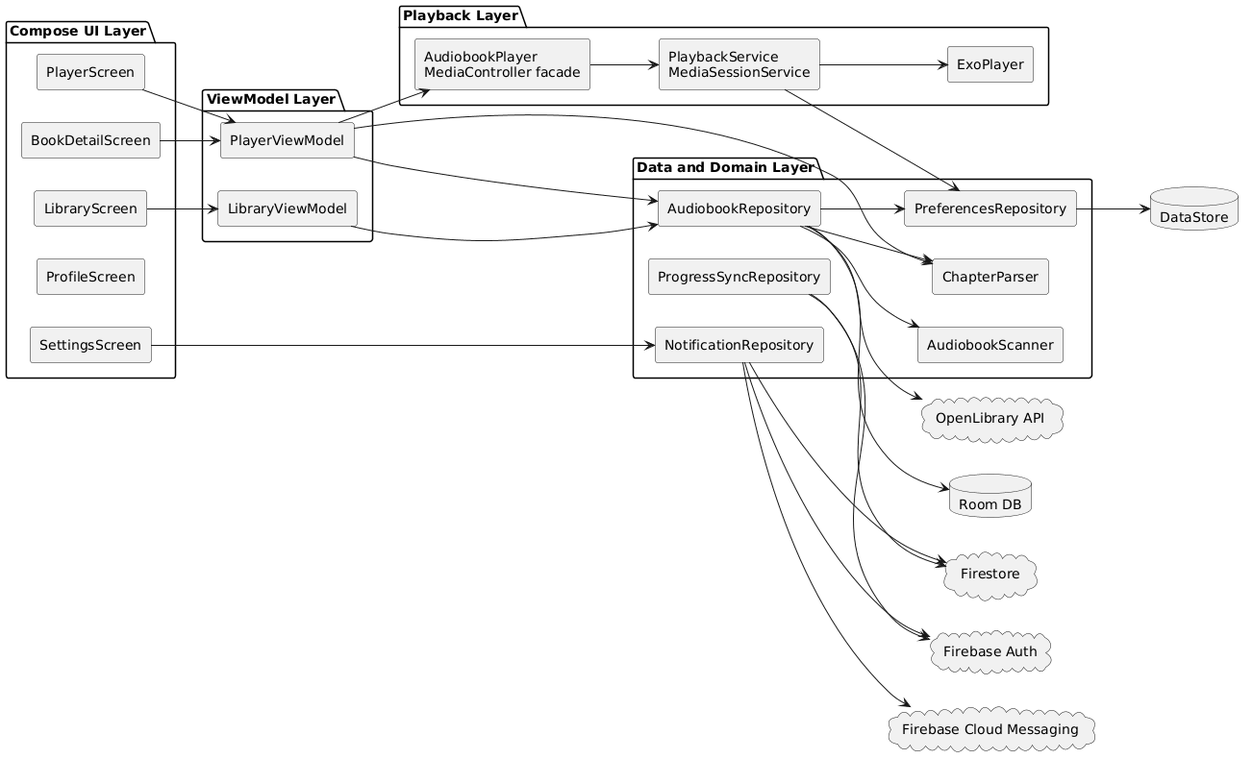
Earlier version of the PlantUML export Final Submission Project/diagrams/exports/component_diagram.png (DICEsda/Mobile-Application-Development-COURSE). The source it was exported from:
```plantuml
@startuml
left to right direction
skinparam componentStyle rectangle

package "Compose UI Layer" {
  [LibraryScreen]
  [PlayerScreen]
  [BookDetailScreen]
  [ProfileScreen]
  [SettingsScreen]
}

package "ViewModel Layer" {
  [LibraryViewModel]
  [PlayerViewModel]
}

package "Data and Domain Layer" {
  [AudiobookRepository]
  [AudiobookScanner]
  [PreferencesRepository]
  [ProgressSyncRepository]
  [NotificationRepository]
  [ChapterParser]
}

package "Playback Layer" {
  [AudiobookPlayer\nMediaController facade]
  [PlaybackService\nMediaSessionService]
  [ExoPlayer]
}

database "Room DB" as RoomDB
database "DataStore" as DataStore
cloud "Firebase Auth" as FirebaseAuth
cloud "Firestore" as Firestore
cloud "Firebase Cloud Messaging" as FCM
cloud "OpenLibrary API" as OpenLibraryAPI

[LibraryScreen] --> [LibraryViewModel]
[PlayerScreen] --> [PlayerViewModel]
[BookDetailScreen] --> [PlayerViewModel]
[SettingsScreen] --> [NotificationRepository]

[LibraryViewModel] --> [AudiobookRepository]
[PlayerViewModel] --> [AudiobookRepository]
[PlayerViewModel] --> [AudiobookPlayer\nMediaController facade]
[PlayerViewModel] --> [ChapterParser]

[AudiobookRepository] --> [AudiobookScanner]
[AudiobookRepository] --> RoomDB
[AudiobookRepository] --> [PreferencesRepository]
[AudiobookRepository] --> [ChapterParser]
[AudiobookRepository] --> OpenLibraryAPI

[PreferencesRepository] --> DataStore
[ProgressSyncRepository] --> Firestore
[ProgressSyncRepository] --> FirebaseAuth
[NotificationRepository] --> Firestore
[NotificationRepository] --> FirebaseAuth
[NotificationRepository] --> FCM

[AudiobookPlayer\nMediaController facade] --> [PlaybackService\nMediaSessionService]
[PlaybackService\nMediaSessionService] --> [ExoPlayer]
[PlaybackService\nMediaSessionService] --> [PreferencesRepository]
@enduml
```
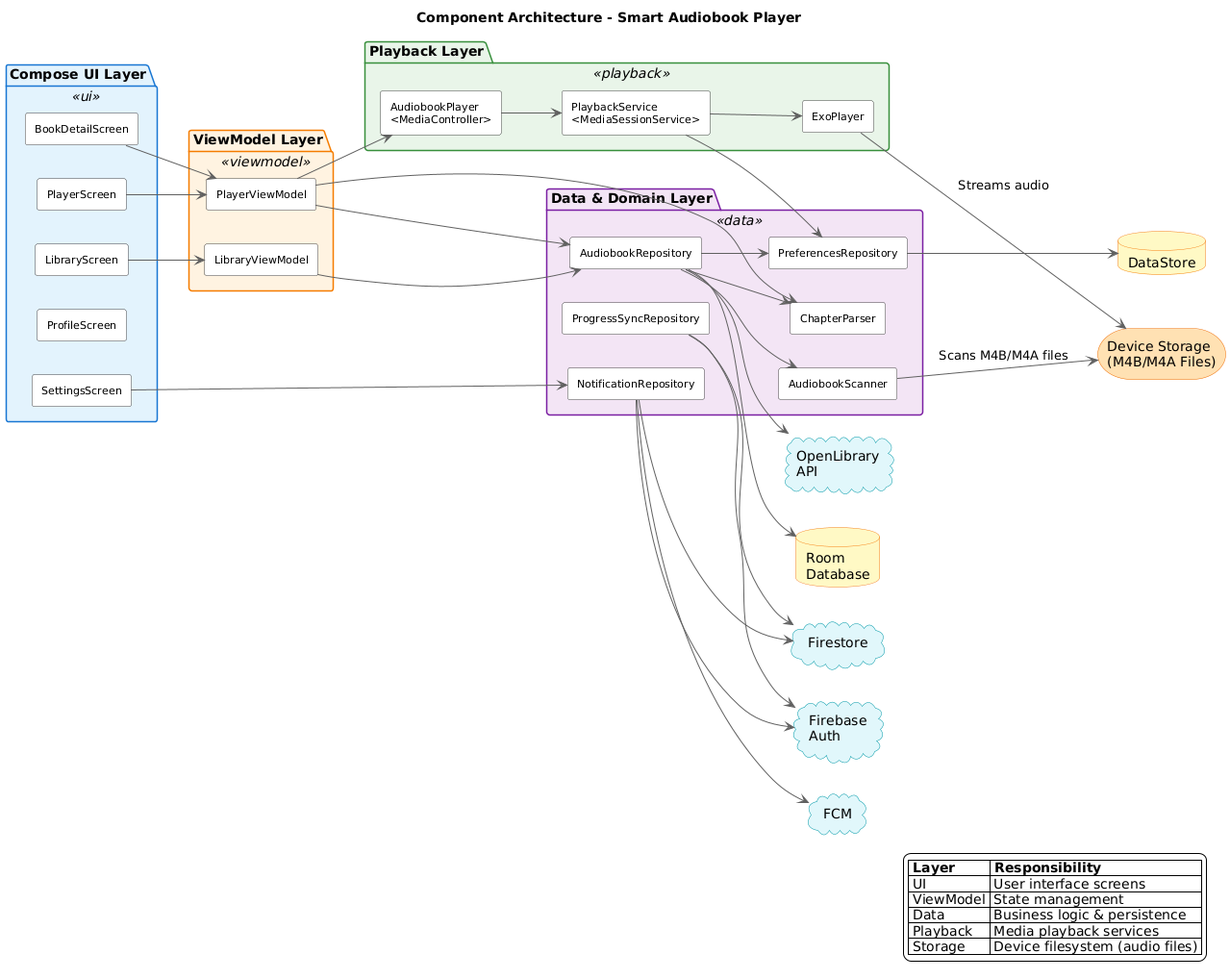
The same file after the commit.

Change to the diagram source:
```diff
@@ -1,66 +1,119 @@
 @startuml
+!define TITLE Component Architecture - Smart Audiobook Player
+title TITLE
+
 left to right direction
 skinparam componentStyle rectangle
+skinparam backgroundColor #FEFEFE
+skinparam shadowing false
 
-package "Compose UI Layer" {
-  [LibraryScreen]
-  [PlayerScreen]
-  [BookDetailScreen]
-  [ProfileScreen]
-  [SettingsScreen]
+skinparam package {
+  BackgroundColor<<ui>> #E3F2FD
+  BorderColor<<ui>> #1976D2
+  BackgroundColor<<viewmodel>> #FFF3E0
+  BorderColor<<viewmodel>> #F57C00
+  BackgroundColor<<data>> #F3E5F5
+  BorderColor<<data>> #7B1FA2
+  BackgroundColor<<playback>> #E8F5E9
+  BorderColor<<playback>> #388E3C
 }
 
-package "ViewModel Layer" {
-  [LibraryViewModel]
-  [PlayerViewModel]
+skinparam component {
+  BackgroundColor #FFFFFF
+  BorderColor #424242
+  ArrowColor #616161
+  FontSize 11
 }
 
-package "Data and Domain Layer" {
-  [AudiobookRepository]
-  [AudiobookScanner]
-  [PreferencesRepository]
-  [ProgressSyncRepository]
-  [NotificationRepository]
-  [ChapterParser]
+skinparam database {
+  BackgroundColor #FFF9C4
+  BorderColor #F57F17
 }
 
-package "Playback Layer" {
-  [AudiobookPlayer\nMediaController facade]
-  [PlaybackService\nMediaSessionService]
-  [ExoPlayer]
+skinparam cloud {
+  BackgroundColor #E0F7FA
+  BorderColor #0097A7
 }
 
-database "Room DB" as RoomDB
+skinparam storage {
+  BackgroundColor #FFE0B2
+  BorderColor #EF6C00
+}
+
+package "Compose UI Layer" <<ui>> {
+  component [LibraryScreen] as LS
+  component [PlayerScreen] as PS
+  component [BookDetailScreen] as BDS
+  component [ProfileScreen] as PFS
+  component [SettingsScreen] as SS
+}
+
+package "ViewModel Layer" <<viewmodel>> {
+  component [LibraryViewModel] as LVM
+  component [PlayerViewModel] as PVM
+}
+
+package "Data & Domain Layer" <<data>> {
+  component [AudiobookRepository] as AR
+  component [AudiobookScanner] as AS
+  component [PreferencesRepository] as PR
+  component [ProgressSyncRepository] as PSR
+  component [NotificationRepository] as NR
+  component [ChapterParser] as CP
+}
+
+package "Playback Layer" <<playback>> {
+  component [AudiobookPlayer\n<MediaController>] as AP
+  component [PlaybackService\n<MediaSessionService>] as PBS
+  component [ExoPlayer] as EP
+}
+
+storage "Device Storage\n(M4B/M4A Files)" as DeviceStorage
+database "Room\nDatabase" as RoomDB
 database "DataStore" as DataStore
-cloud "Firebase Auth" as FirebaseAuth
+cloud "Firebase\nAuth" as FirebaseAuth
 cloud "Firestore" as Firestore
-cloud "Firebase Cloud Messaging" as FCM
-cloud "OpenLibrary API" as OpenLibraryAPI
+cloud "FCM" as FCM
+cloud "OpenLibrary\nAPI" as OpenLibraryAPI
 
-[LibraryScreen] --> [LibraryViewModel]
-[PlayerScreen] --> [PlayerViewModel]
-[BookDetailScreen] --> [PlayerViewModel]
-[SettingsScreen] --> [NotificationRepository]
+LS -down-> LVM
+PS -down-> PVM
+BDS -down-> PVM
+SS -down-> NR
 
-[LibraryViewModel] --> [AudiobookRepository]
-[PlayerViewModel] --> [AudiobookRepository]
-[PlayerViewModel] --> [AudiobookPlayer\nMediaController facade]
-[PlayerViewModel] --> [ChapterParser]
+LVM -down-> AR
+PVM -down-> AR
+PVM -down-> AP
+PVM -down-> CP
 
-[AudiobookRepository] --> [AudiobookScanner]
-[AudiobookRepository] --> RoomDB
-[AudiobookRepository] --> [PreferencesRepository]
-[AudiobookRepository] --> [ChapterParser]
-[AudiobookRepository] --> OpenLibraryAPI
+AR -down-> AS
+AR -down-> RoomDB
+AR -down-> PR
+AR -down-> CP
+AR -down-> OpenLibraryAPI
 
-[PreferencesRepository] --> DataStore
-[ProgressSyncRepository] --> Firestore
-[ProgressSyncRepository] --> FirebaseAuth
-[NotificationRepository] --> Firestore
-[NotificationRepository] --> FirebaseAuth
-[NotificationRepository] --> FCM
+AS -down-> DeviceStorage : Scans M4B/M4A files
 
-[AudiobookPlayer\nMediaController facade] --> [PlaybackService\nMediaSessionService]
-[PlaybackService\nMediaSessionService] --> [ExoPlayer]
-[PlaybackService\nMediaSessionService] --> [PreferencesRepository]
+EP -down-> DeviceStorage : Streams audio
+
+PR -down-> DataStore
+PSR -down-> Firestore
+PSR -down-> FirebaseAuth
+NR -down-> Firestore
+NR -down-> FirebaseAuth
+NR -down-> FCM
+
+AP -down-> PBS
+PBS -down-> EP
+PBS -down-> PR
+
+legend right
+  |= Layer |= Responsibility |
+  | UI | User interface screens |
+  | ViewModel | State management |
+  | Data | Business logic & persistence |
+  | Playback | Media playback services |
+  | Storage | Device filesystem (audio files) |
+endlegend
+
 @enduml
```
